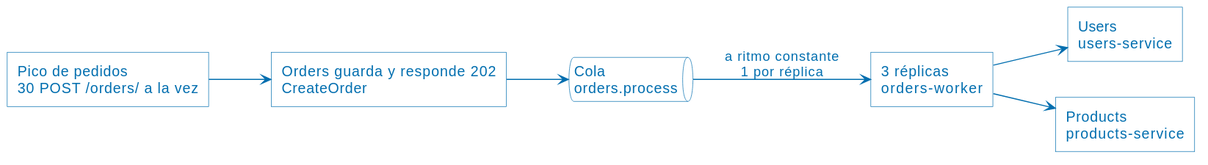
Before: assets/12-queue-based-load-leveling.svg, a diagram exported from PlantUML (ucudal/ANDIS2_UT4_DEMO1). Its diagram source:
```plantuml
@startuml
!include PlantUML.style
left to right direction
rectangle "Pico de pedidos\n30 POST /orders/ a la vez" as C
rectangle "Orders guarda y responde 202\nCreateOrder" as O
queue "Cola\norders.process" as Q
rectangle "3 réplicas\norders-worker" as W
rectangle "Users\nusers-service" as U
rectangle "Products\nproducts-service" as P

C --> O
O --> Q
Q --> W : a ritmo constante\n1 por réplica
W --> U
W --> P
@enduml
```
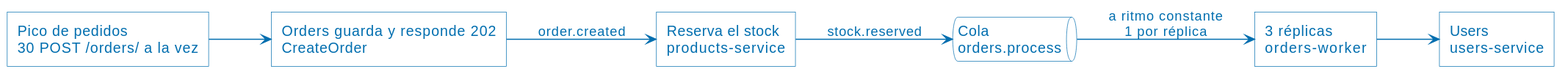
After the commit.

What changed in the source:
```diff
@@ -5,12 +5,12 @@
 rectangle "Orders guarda y responde 202\nCreateOrder" as O
 queue "Cola\norders.process" as Q
 rectangle "3 réplicas\norders-worker" as W
+rectangle "Reserva el stock\nproducts-service" as P
 rectangle "Users\nusers-service" as U
-rectangle "Products\nproducts-service" as P
 
 C --> O
-O --> Q
+O --> P : order.created
+P --> Q : stock.reserved
 Q --> W : a ritmo constante\n1 por réplica
 W --> U
-W --> P
 @enduml
```
